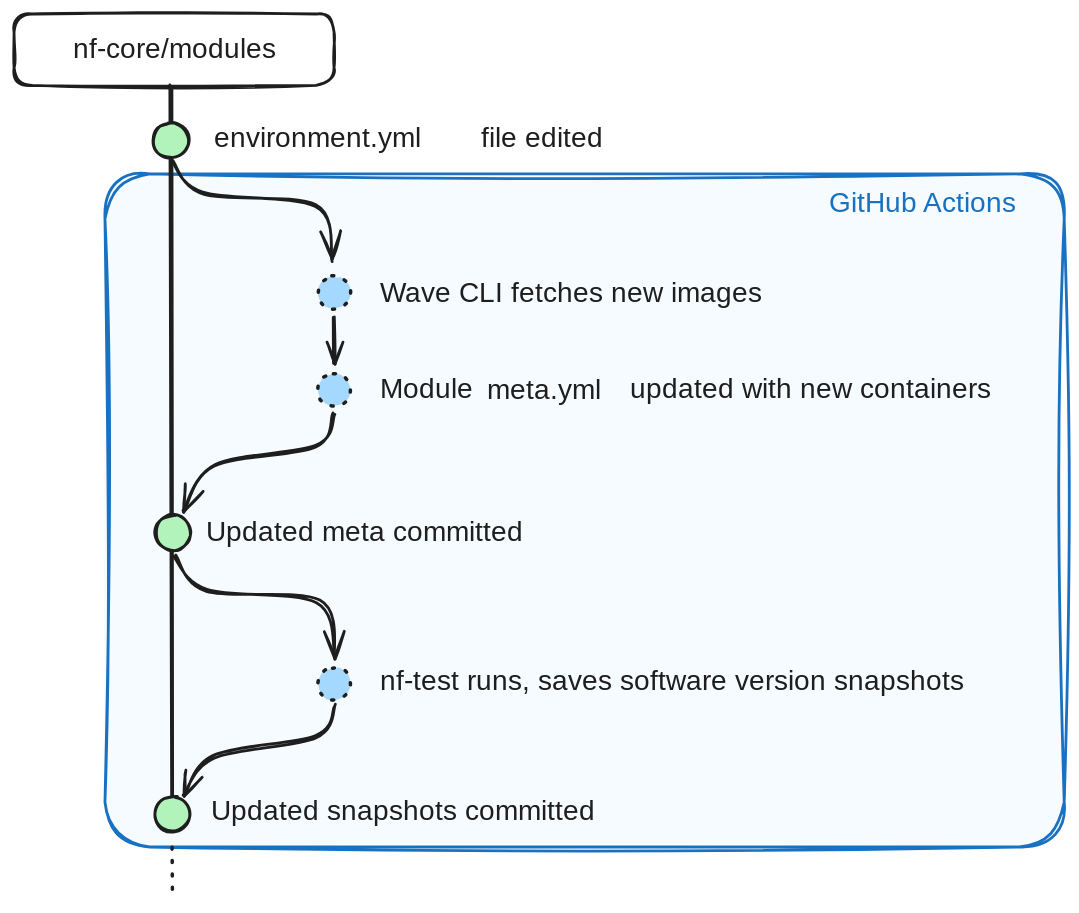
Before: sites/main-site/src/assets/images/blog/seqera-containers-part-2/creation_flow.excalidraw.svg, a diagram exported from Excalidraw (nf-core/website). Source tidied: one line per element, renumbered; positions are measured from the earlier drawing's top-left corner, leaving out a move shared by most shapes.
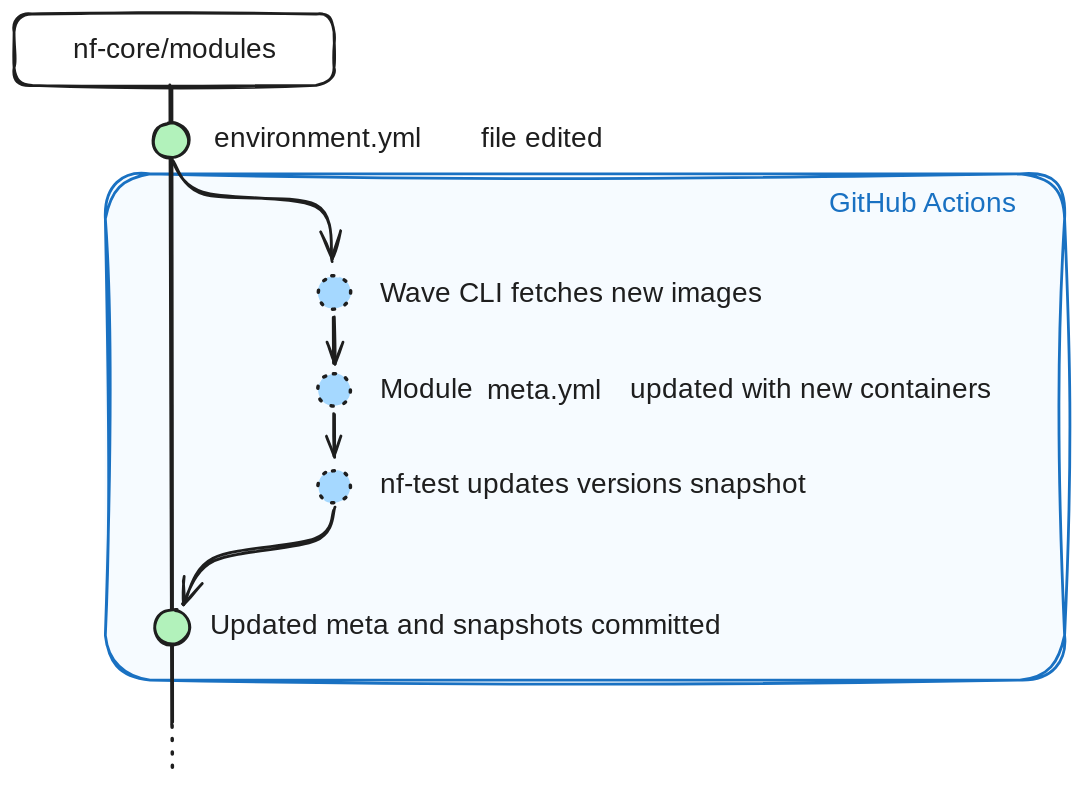
After the commit.

Commit message:
Text updates, clarify nf-test snapshots with stub

Diff of the diagram source:
```diff
@@ -1,27 +1,24 @@
-{"id": 0, "type": "rectangle", "strokeColor": "transparent", "backgroundColor": "#a5d8ff", "fillStyle": "solid", "strokeWidth": 2, "roughness": 2, "opacity": 10, "round": true, "x": 65, "y": 115, "width": 685, "height": 481}
+{"id": 0, "type": "rectangle", "strokeColor": "transparent", "backgroundColor": "#a5d8ff", "fillStyle": "solid", "strokeWidth": 2, "roughness": 2, "opacity": 10, "round": true, "x": 65, "y": 115, "width": 685, "height": 362}
-{"id": 1, "type": "rectangle", "strokeColor": "#1971c2", "strokeWidth": 2, "roughness": 2, "round": true, "x": 65, "y": 114, "width": 685, "height": 481}
+{"id": 1, "type": "rectangle", "strokeColor": "#1971c2", "strokeWidth": 2, "roughness": 2, "round": true, "x": 65, "y": 114, "width": 685, "height": 362}
 {"id": 2, "type": "rectangle", "strokeColor": "#1e1e1e", "strokeWidth": 2, "roughness": 1, "round": true, "x": 0, "y": 0, "width": 229, "height": 51}
 {"id": 3, "type": "text", "text": "nf-core/modules", "strokeColor": "#1e1e1e", "strokeWidth": 2, "roughness": 1, "fontSize": 20, "fontFamily": 3, "textAlign": "center", "verticalAlign": "middle", "inside": 2, "x": 26, "y": 14, "width": 176, "height": 24}
 {"id": 4, "type": "text", "text": "file edited", "strokeColor": "#1e1e1e", "strokeWidth": 2, "roughness": 1, "fontSize": 20, "fontFamily": 1, "x": 334, "y": 77, "width": 101, "height": 25}
 {"id": 5, "type": "text", "text": "environment.yml", "strokeColor": "#1e1e1e", "strokeWidth": 2, "roughness": 1, "fontSize": 20, "fontFamily": 3, "x": 143, "y": 77, "width": 176, "height": 24}
-{"id": 6, "type": "line", "strokeColor": "#1e1e1e", "strokeWidth": 2, "roughness": 1, "round": true, "x": 113, "y": 52, "width": 0, "height": 525, "points": [[0, 0], [0, 525]]}
+{"id": 6, "type": "line", "strokeColor": "#1e1e1e", "strokeWidth": 2, "roughness": 1, "round": true, "x": 113, "y": 52, "width": 0, "height": 455, "points": [[0, 0], [0, 455]]}
 {"id": 7, "type": "ellipse", "strokeColor": "#1e1e1e", "backgroundColor": "#b2f2bb", "fillStyle": "solid", "strokeWidth": 2, "roughness": 1, "round": true, "x": 99, "y": 78, "width": 25, "height": 25}
 {"id": 8, "type": "text", "text": "Wave CLI fetches new images", "strokeColor": "#1e1e1e", "backgroundColor": "#b2f2bb", "fillStyle": "solid", "strokeWidth": 2, "roughness": 1, "fontSize": 20, "fontFamily": 1, "x": 261, "y": 188, "width": 294, "height": 25}
-{"id": 9, "type": "text", "text": "nf-test runs, saves software version snapshots", "strokeColor": "#1e1e1e", "backgroundColor": "#b2f2bb", "fillStyle": "solid", "strokeWidth": 2, "roughness": 1, "fontSize": 20, "fontFamily": 1, "x": 261, "y": 465, "width": 474, "height": 25}
+{"id": 9, "type": "text", "text": "nf-test updates versions snapshot", "strokeColor": "#1e1e1e", "backgroundColor": "#b2f2bb", "fillStyle": "solid", "strokeWidth": 2, "roughness": 1, "fontSize": 20, "fontFamily": 1, "x": 261, "y": 324, "width": 344, "height": 25}
 {"id": 10, "type": "text", "text": "Module", "strokeColor": "#1e1e1e", "backgroundColor": "#b2f2bb", "fillStyle": "solid", "strokeWidth": 2, "roughness": 1, "fontSize": 20, "fontFamily": 1, "x": 261, "y": 256, "width": 65, "height": 25}
 {"id": 11, "type": "text", "text": "meta.yml", "strokeColor": "#1e1e1e", "backgroundColor": "#b2f2bb", "fillStyle": "solid", "strokeWidth": 2, "roughness": 1, "fontSize": 20, "fontFamily": 3, "x": 338, "y": 257, "width": 94, "height": 24}
 {"id": 12, "type": "text", "text": "updated with new containers", "strokeColor": "#1e1e1e", "backgroundColor": "#b2f2bb", "fillStyle": "solid", "strokeWidth": 2, "roughness": 1, "fontSize": 20, "fontFamily": 1, "x": 440, "y": 256, "width": 279, "height": 25}
 {"id": 13, "type": "ellipse", "strokeColor": "#1e1e1e", "backgroundColor": "#a5d8ff", "fillStyle": "solid", "strokeWidth": 2, "strokeStyle": "dotted", "roughness": 1, "round": true, "x": 217, "y": 187, "width": 24, "height": 24}
 {"id": 14, "type": "arrow", "strokeColor": "#1e1e1e", "backgroundColor": "#a5d8ff", "fillStyle": "solid", "strokeWidth": 2, "roughness": 1, "endArrowhead": "arrow", "round": true, "from": 7, "to": 13, "x": 113, "y": 104, "width": 115, "height": 72, "points": [[0, 0], [23, 24], [102, 32], [115, 72]]}
 {"id": 15, "type": "ellipse", "strokeColor": "#1e1e1e", "backgroundColor": "#a5d8ff", "fillStyle": "solid", "strokeWidth": 2, "strokeStyle": "dotted", "roughness": 1, "round": true, "x": 217, "y": 257, "width": 24, "height": 24}
-{"id": 16, "type": "ellipse", "strokeColor": "#1e1e1e", "backgroundColor": "#a5d8ff", "fillStyle": "solid", "strokeWidth": 2, "strokeStyle": "dotted", "roughness": 1, "round": true, "x": 217, "y": 467, "width": 24, "height": 24}
+{"id": 16, "type": "ellipse", "strokeColor": "#1e1e1e", "backgroundColor": "#a5d8ff", "fillStyle": "solid", "strokeWidth": 2, "strokeStyle": "dotted", "roughness": 1, "round": true, "x": 217, "y": 326, "width": 24, "height": 24}
 {"id": 17, "type": "arrow", "strokeColor": "#1e1e1e", "backgroundColor": "#a5d8ff", "fillStyle": "solid", "strokeWidth": 2, "roughness": 1, "endArrowhead": "arrow", "round": true, "from": 13, "to": 15, "x": 229, "y": 217, "width": 0, "height": 33, "points": [[0, 0], [0, 33]]}
+{"id": 27, "type": "arrow", "strokeColor": "#1e1e1e", "backgroundColor": "#a5d8ff", "fillStyle": "solid", "strokeWidth": 2, "roughness": 1, "endArrowhead": "arrow", "round": true, "from": 15, "to": 16, "x": 229, "y": 286, "width": 0, "height": 30, "points": [[0, 0], [0, 30]]}
-{"id": 18, "type": "ellipse", "strokeColor": "#1e1e1e", "backgroundColor": "#b2f2bb", "fillStyle": "solid", "strokeWidth": 2, "roughness": 1, "round": true, "x": 100, "y": 559, "width": 25, "height": 25}
+{"id": 18, "type": "ellipse", "strokeColor": "#1e1e1e", "backgroundColor": "#b2f2bb", "fillStyle": "solid", "strokeWidth": 2, "roughness": 1, "round": true, "x": 100, "y": 426, "width": 25, "height": 25}
-{"id": 19, "type": "arrow", "strokeColor": "#1e1e1e", "backgroundColor": "#a5d8ff", "fillStyle": "solid", "strokeWidth": 2, "roughness": 1, "endArrowhead": "arrow", "round": true, "from": 16, "to": 18, "x": 228, "y": 494, "width": 109, "height": 65, "points": [[0, 0], [-14, 22], [-85, 36], [-109, 65]]}
+{"id": 19, "type": "arrow", "strokeColor": "#1e1e1e", "backgroundColor": "#a5d8ff", "fillStyle": "solid", "strokeWidth": 2, "roughness": 1, "endArrowhead": "arrow", "round": true, "from": 16, "to": 18, "x": 228, "y": 354, "width": 109, "height": 69, "points": [[0, 0], [-14, 22], [-85, 36], [-109, 69]]}
-{"id": 20, "type": "text", "text": "Updated snapshots committed", "strokeColor": "#1e1e1e", "strokeWidth": 2, "roughness": 1, "fontSize": 20, "fontFamily": 1, "x": 140, "y": 558, "width": 296, "height": 25}
+{"id": 20, "type": "text", "text": "Updated meta and snapshots committed", "strokeColor": "#1e1e1e", "strokeWidth": 2, "roughness": 1, "fontSize": 20, "fontFamily": 1, "x": 140, "y": 425, "width": 398, "height": 25}
 {"id": 21, "type": "text", "text": "GitHub Actions", "strokeColor": "#1971c2", "strokeWidth": 2, "roughness": 2, "fontSize": 20, "fontFamily": 1, "x": 583, "y": 124, "width": 144, "height": 25}
-{"id": 22, "type": "line", "strokeColor": "#1e1e1e", "strokeWidth": 2, "strokeStyle": "dotted", "roughness": 2, "round": true, "x": 113, "y": 596, "width": 0, "height": 37, "points": [[0, 0], [0, 37]]}
+{"id": 22, "type": "line", "strokeColor": "#1e1e1e", "strokeWidth": 2, "strokeStyle": "dotted", "roughness": 2, "round": true, "x": 113, "y": 508, "width": 0, "height": 37, "points": [[0, 0], [0, 37]]}
-{"id": 23, "type": "ellipse", "strokeColor": "#1e1e1e", "backgroundColor": "#b2f2bb", "fillStyle": "solid", "strokeWidth": 2, "roughness": 1, "round": true, "x": 101, "y": 358, "width": 25, "height": 25}
-{"id": 24, "type": "arrow", "strokeColor": "#1e1e1e", "backgroundColor": "#a5d8ff", "fillStyle": "solid", "strokeWidth": 2, "roughness": 1, "endArrowhead": "arrow", "round": true, "from": 15, "to": 23, "x": 229, "y": 286, "width": 109, "height": 69, "points": [[0, 0], [-14, 22], [-85, 36], [-109, 69]]}
-{"id": 25, "type": "arrow", "strokeColor": "#1e1e1e", "backgroundColor": "#a5d8ff", "fillStyle": "solid", "strokeWidth": 2, "roughness": 1, "endArrowhead": "arrow", "round": true, "from": 23, "to": 16, "x": 115, "y": 388, "width": 115, "height": 72, "points": [[0, 0], [23, 24], [102, 32], [115, 72]]}
-{"id": 26, "type": "text", "text": "Updated meta committed", "strokeColor": "#1e1e1e", "strokeWidth": 2, "roughness": 1, "fontSize": 20, "fontFamily": 1, "x": 137, "y": 359, "width": 246, "height": 25}
```
